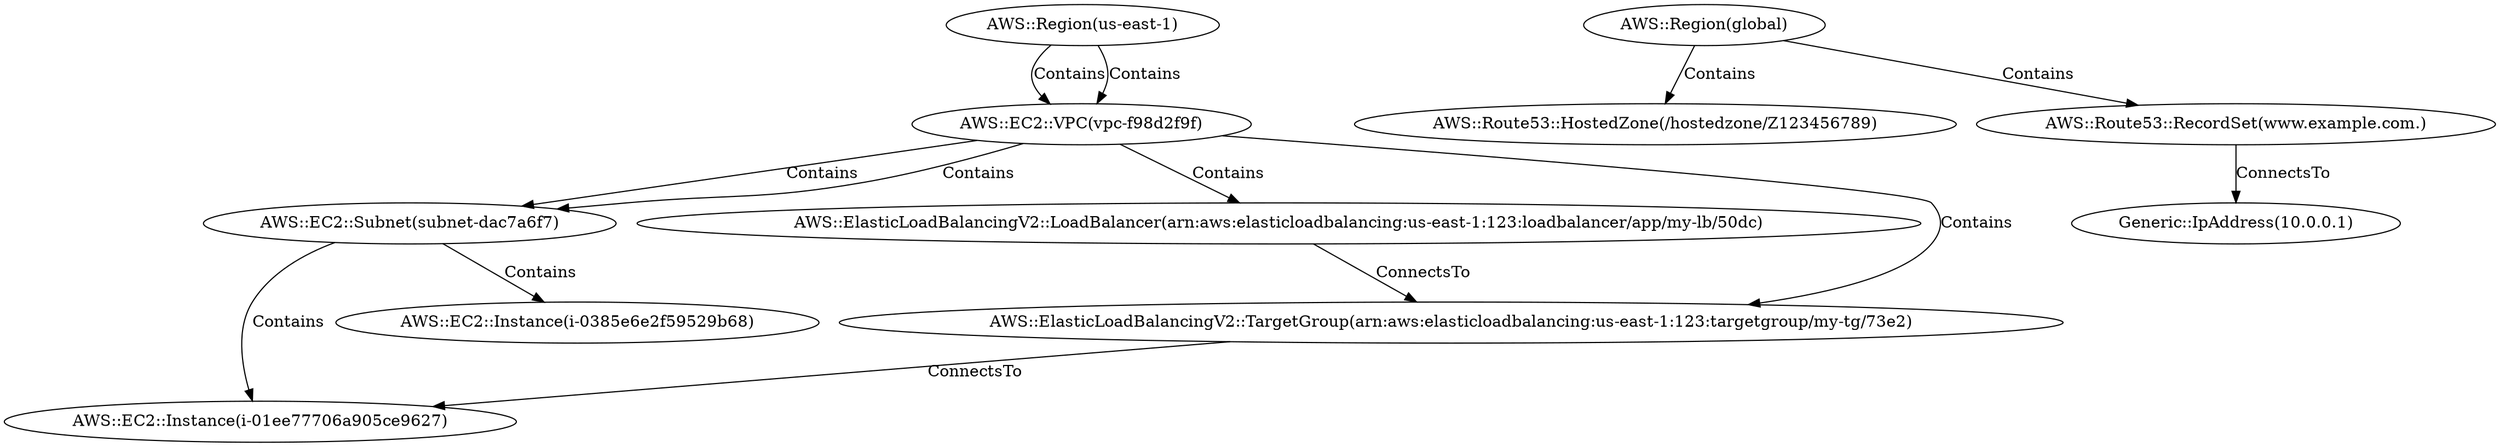
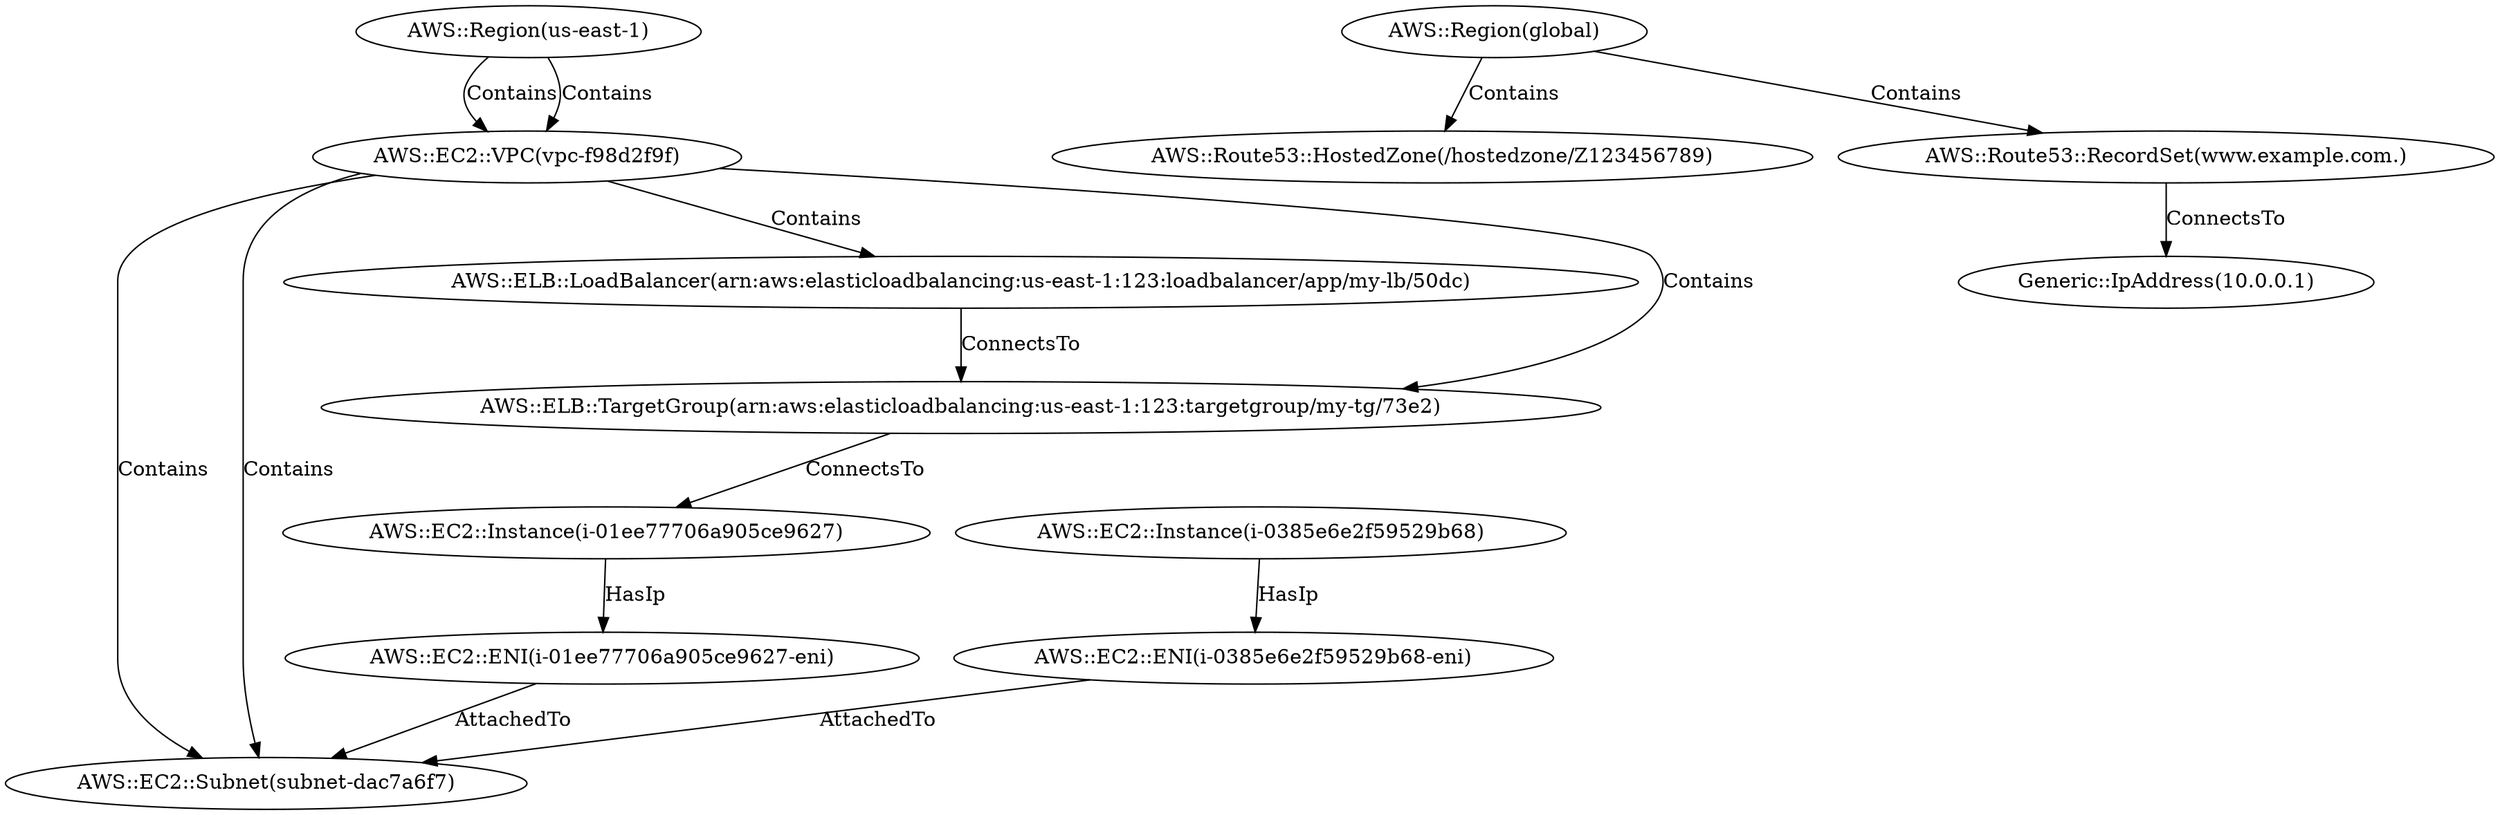
digraph {
    0 [ label = "AWS::Region(us-east-1)" ]
    1 [ label = "AWS::EC2::VPC(vpc-f98d2f9f)" ]
    2 [ label = "AWS::EC2::Subnet(subnet-dac7a6f7)" ]
    3 [ label = "AWS::EC2::Instance(i-01ee77706a905ce9627)" ]
-     4 [ label = "AWS::EC2::Instance(i-0385e6e2f59529b68)" ]
-     5 [ label = "AWS::ElasticLoadBalancingV2::LoadBalancer(arn:aws:elasticloadbalancing:us-east-1:123:loadbalancer/app/my-lb/50dc)" ]
-     6 [ label = "AWS::ElasticLoadBalancingV2::TargetGroup(arn:aws:elasticloadbalancing:us-east-1:123:targetgroup/my-tg/73e2)" ]
-     7 [ label = "AWS::Region(global)" ]
-     8 [ label = "AWS::Route53::HostedZone(/hostedzone/Z123456789)" ]
-     9 [ label = "AWS::Route53::RecordSet(www.example.com.)" ]
-     10 [ label = "Generic::IpAddress(10.0.0.1)" ]
+     4 [ label = "AWS::EC2::ENI(i-01ee77706a905ce9627-eni)" ]
+     5 [ label = "AWS::EC2::Instance(i-0385e6e2f59529b68)" ]
+     6 [ label = "AWS::EC2::ENI(i-0385e6e2f59529b68-eni)" ]
+     7 [ label = "AWS::ELB::LoadBalancer(arn:aws:elasticloadbalancing:us-east-1:123:loadbalancer/app/my-lb/50dc)" ]
+     8 [ label = "AWS::ELB::TargetGroup(arn:aws:elasticloadbalancing:us-east-1:123:targetgroup/my-tg/73e2)" ]
+     9 [ label = "AWS::Region(global)" ]
+     10 [ label = "AWS::Route53::HostedZone(/hostedzone/Z123456789)" ]
+     11 [ label = "AWS::Route53::RecordSet(www.example.com.)" ]
+     12 [ label = "Generic::IpAddress(10.0.0.1)" ]
    0 -> 1 [ label = "Contains" ]
    1 -> 2 [ label = "Contains" ]
-     2 -> 3 [ label = "Contains" ]
+     3 -> 4 [ label = "HasIp" ]
+     4 -> 2 [ label = "AttachedTo" ]
    0 -> 1 [ label = "Contains" ]
    1 -> 2 [ label = "Contains" ]
-     2 -> 4 [ label = "Contains" ]
-     1 -> 5 [ label = "Contains" ]
-     1 -> 6 [ label = "Contains" ]
-     6 -> 3 [ label = "ConnectsTo" ]
-     5 -> 6 [ label = "ConnectsTo" ]
-     7 -> 8 [ label = "Contains" ]
-     7 -> 9 [ label = "Contains" ]
-     9 -> 10 [ label = "ConnectsTo" ]
+     5 -> 6 [ label = "HasIp" ]
+     6 -> 2 [ label = "AttachedTo" ]
+     1 -> 7 [ label = "Contains" ]
+     1 -> 8 [ label = "Contains" ]
+     8 -> 3 [ label = "ConnectsTo" ]
+     7 -> 8 [ label = "ConnectsTo" ]
+     9 -> 10 [ label = "Contains" ]
+     9 -> 11 [ label = "Contains" ]
+     11 -> 12 [ label = "ConnectsTo" ]
}
